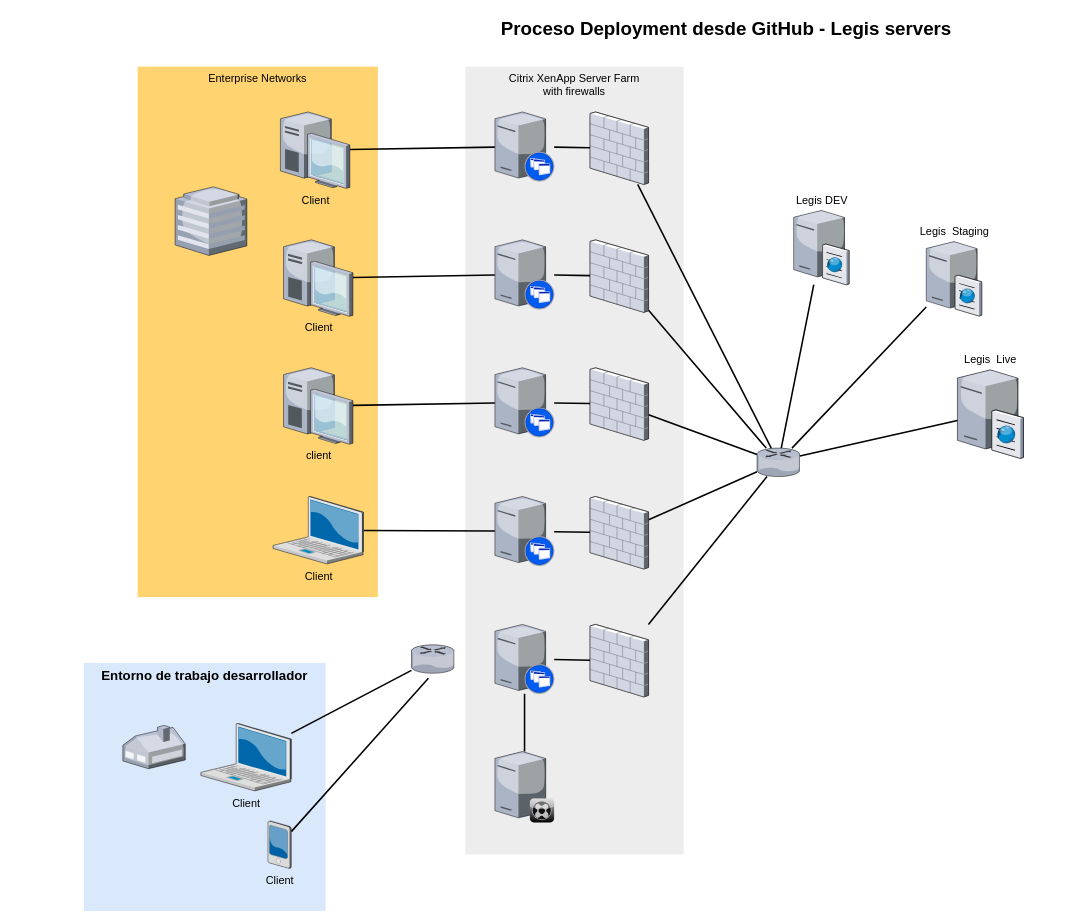
Earlier version of the draw.io diagram files/Untitled Diagram.drawio (danrod96/network-diagrams). Source tidied: cells renumbered, new cells numbered last; positions are measured from the earlier drawing's top-left corner, leaving out a move shared by most shapes. Both pictures are drawn from the tidied source at 78%, with x=0, y=0 at pixel (83, 13). Pictures stored in the file or linked from it are replaced by grey dashed boxes.
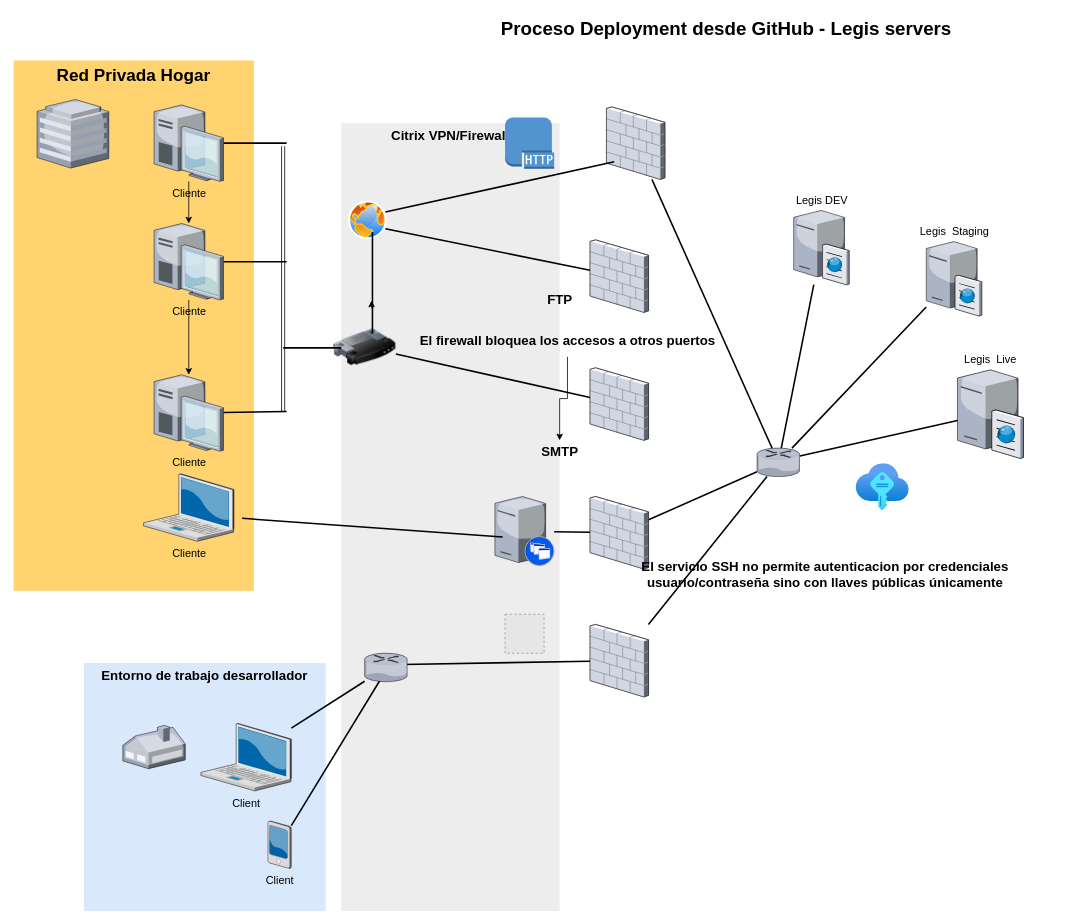
Above is the later version.

The change refers to these unchanged cells:
```xml
<mxCell id="16" value="Client" style="verticalLabelPosition=bottom;html=1;verticalAlign=top;strokeColor=none;shape=mxgraph.citrix.pda;fillColor=#66B2FF;gradientColor=#0066CC;fontSize=14;" parent="1" vertex="1">
  <mxGeometry x="236" y="1035" width="30" height="61" as="geometry" />
</mxCell>
<mxCell id="20" style="verticalLabelPosition=bottom;html=1;verticalAlign=top;strokeColor=none;shape=mxgraph.citrix.xenapp_server;fillColor=#66B2FF;gradientColor=#0066CC;fontSize=14;" parent="1" vertex="1">
  <mxGeometry x="527" y="619" width="76" height="89" as="geometry" />
</mxCell>
<mxCell id="29" style="verticalLabelPosition=bottom;html=1;verticalAlign=top;strokeColor=none;shape=mxgraph.citrix.router;fillColor=#66B2FF;gradientColor=#0066CC;fontSize=14;" parent="1" vertex="1">
  <mxGeometry x="863" y="557" width="55" height="36.5" as="geometry" />
</mxCell>
<mxCell id="36" style="verticalLabelPosition=bottom;html=1;verticalAlign=top;strokeColor=none;shape=mxgraph.citrix.firewall;fillColor=#66B2FF;gradientColor=#0066CC;fontSize=14;" parent="1" vertex="1">
  <mxGeometry x="649" y="290" width="75" height="93" as="geometry" />
</mxCell>
<mxCell id="38" style="verticalLabelPosition=bottom;html=1;verticalAlign=top;strokeColor=none;shape=mxgraph.citrix.firewall;fillColor=#66B2FF;gradientColor=#0066CC;fontSize=14;" parent="1" vertex="1">
  <mxGeometry x="649" y="454" width="75" height="93" as="geometry" />
</mxCell>
<mxCell id="42" style="verticalLabelPosition=bottom;html=1;verticalAlign=top;strokeColor=none;shape=mxgraph.citrix.firewall;fillColor=#66B2FF;gradientColor=#0066CC;fontSize=14;" parent="1" vertex="1">
  <mxGeometry x="649" y="783" width="75" height="93" as="geometry" />
</mxCell>
```

Change to the diagram source:
```diff
@@
-    <mxCell id="2" value="Citrix XenApp Server Farm&lt;div&gt;with firewalls&lt;/div&gt;" style="whiteSpace=wrap;html=1;fillColor=#EDEDED;fontSize=14;strokeColor=none;verticalAlign=top;" parent="1" vertex="1">
-      <mxGeometry x="489" y="68" width="280" height="1010" as="geometry" />
+    <mxCell id="2" value="&lt;b&gt;&lt;font style=&quot;font-size: 17px;&quot;&gt;Citrix VPN/Firewall&lt;/font&gt;&lt;/b&gt;" style="whiteSpace=wrap;html=1;fillColor=#EDEDED;fontSize=14;strokeColor=none;verticalAlign=top;" parent="1" vertex="1">
+      <mxGeometry x="330" y="140.5" width="280" height="1010" as="geometry" />
     </mxCell>
@@
-    <mxCell id="4" value="Enterprise Networks" style="whiteSpace=wrap;html=1;fillColor=#FFD470;gradientColor=none;fontSize=14;strokeColor=none;verticalAlign=top;" parent="1" vertex="1">
-      <mxGeometry x="69" y="68" width="308" height="680" as="geometry" />
+    <mxCell id="4" value="&lt;span style=&quot;font-size: 22px;&quot;&gt;&lt;b&gt;Red Privada Hogar&lt;/b&gt;&lt;/span&gt;" style="whiteSpace=wrap;html=1;fillColor=#FFD470;gradientColor=none;fontSize=14;strokeColor=none;verticalAlign=top;" parent="1" vertex="1">
+      <mxGeometry x="-90" y="60" width="308" height="680" as="geometry" />
     </mxCell>
@@
-    <mxCell id="7" style="edgeStyle=none;rounded=0;html=1;startSize=10;endSize=10;jettySize=auto;fontSize=14;endArrow=none;endFill=0;strokeWidth=2;" parent="1" edge="1" source="8" target="20">
-      <mxGeometry relative="1" as="geometry" />
-    </mxCell>
-    <mxCell id="8" value="Client" style="verticalLabelPosition=bottom;html=1;verticalAlign=top;strokeColor=none;shape=mxgraph.citrix.laptop_2;fillColor=#66B2FF;gradientColor=#0066CC;fontSize=14;" parent="1" vertex="1">
-      <mxGeometry x="242.5" y="619" width="116" height="86.5" as="geometry" />
+    <mxCell id="8" value="Cliente" style="verticalLabelPosition=bottom;html=1;verticalAlign=top;strokeColor=none;shape=mxgraph.citrix.laptop_2;fillColor=#66B2FF;gradientColor=#0066CC;fontSize=14;" parent="1" vertex="1">
+      <mxGeometry x="76.5" y="590" width="116" height="86.5" as="geometry" />
     </mxCell>
-    <mxCell id="9" style="edgeStyle=none;rounded=0;html=1;startSize=10;endSize=10;jettySize=auto;fontSize=14;endArrow=none;endFill=0;strokeWidth=2;" parent="1" edge="1" source="10" target="22">
-      <mxGeometry relative="1" as="geometry" />
+    <mxCell id="9" style="edgeStyle=none;rounded=0;html=1;startSize=10;endSize=10;jettySize=auto;fontSize=14;endArrow=none;endFill=0;strokeWidth=2;" parent="1" edge="1" source="10">
+      <mxGeometry relative="1" as="geometry">
+        <mxPoint x="260" y="510" as="targetPoint" />
+      </mxGeometry>
     </mxCell>
-    <mxCell id="10" value="client" style="verticalLabelPosition=bottom;html=1;verticalAlign=top;strokeColor=none;shape=mxgraph.citrix.desktop;fillColor=#66B2FF;gradientColor=#0066CC;fontSize=14;" parent="1" vertex="1">
-      <mxGeometry x="256" y="454" width="89" height="98" as="geometry" />
+    <mxCell id="10" value="Cliente" style="verticalLabelPosition=bottom;html=1;verticalAlign=top;strokeColor=none;shape=mxgraph.citrix.desktop;fillColor=#66B2FF;gradientColor=#0066CC;fontSize=14;" parent="1" vertex="1">
+      <mxGeometry x="90" y="463" width="89" height="98" as="geometry" />
     </mxCell>
-    <mxCell id="11" style="edgeStyle=none;rounded=0;html=1;startSize=10;endSize=10;jettySize=auto;fontSize=14;endArrow=none;endFill=0;strokeWidth=2;" parent="1" edge="1" source="12" target="24">
-      <mxGeometry relative="1" as="geometry" />
+    <mxCell id="11" style="edgeStyle=none;rounded=0;html=1;startSize=10;endSize=10;jettySize=auto;fontSize=14;endArrow=none;endFill=0;strokeWidth=2;" parent="1" edge="1" source="12">
+      <mxGeometry relative="1" as="geometry">
+        <mxPoint x="260" y="318" as="targetPoint" />
+      </mxGeometry>
     </mxCell>
+    <mxCell id="50" style="edgeStyle=orthogonalEdgeStyle;rounded=0;jettySize=auto;html=1;fontSize=22;" parent="1" edge="1" source="12" target="10">
+      <mxGeometry relative="1" as="geometry" />
+    </mxCell>
-    <mxCell id="12" value="Client" style="verticalLabelPosition=bottom;html=1;verticalAlign=top;strokeColor=none;shape=mxgraph.citrix.desktop;fillColor=#66B2FF;gradientColor=#0066CC;fontSize=14;" parent="1" vertex="1">
-      <mxGeometry x="256" y="290" width="89" height="98" as="geometry" />
+    <mxCell id="12" value="Cliente" style="verticalLabelPosition=bottom;html=1;verticalAlign=top;strokeColor=none;shape=mxgraph.citrix.desktop;fillColor=#66B2FF;gradientColor=#0066CC;fontSize=14;" parent="1" vertex="1">
+      <mxGeometry x="90" y="269" width="89" height="98" as="geometry" />
     </mxCell>
-    <mxCell id="13" style="edgeStyle=none;rounded=0;html=1;startSize=10;endSize=10;jettySize=auto;fontSize=14;endArrow=none;endFill=0;strokeWidth=2;" parent="1" edge="1" source="14" target="26">
-      <mxGeometry relative="1" as="geometry" />
+    <mxCell id="13" style="edgeStyle=none;rounded=0;html=1;startSize=10;endSize=10;jettySize=auto;fontSize=14;endArrow=none;endFill=0;strokeWidth=2;" parent="1" edge="1" source="14">
+      <mxGeometry relative="1" as="geometry">
+        <mxPoint x="260" y="166" as="targetPoint" />
+      </mxGeometry>
     </mxCell>
+    <mxCell id="51" style="edgeStyle=orthogonalEdgeStyle;rounded=0;jettySize=auto;html=1;fontSize=22;" parent="1" edge="1" source="14" target="12">
+      <mxGeometry relative="1" as="geometry" />
+    </mxCell>
-    <mxCell id="14" value="Client" style="verticalLabelPosition=bottom;html=1;verticalAlign=top;strokeColor=none;shape=mxgraph.citrix.desktop;fillColor=#66B2FF;gradientColor=#0066CC;fontSize=14;" parent="1" vertex="1">
-      <mxGeometry x="252" y="126" width="89" height="98" as="geometry" />
+    <mxCell id="14" value="Cliente" style="verticalLabelPosition=bottom;html=1;verticalAlign=top;strokeColor=none;shape=mxgraph.citrix.desktop;fillColor=#66B2FF;gradientColor=#0066CC;fontSize=14;" parent="1" vertex="1">
+      <mxGeometry x="90" y="117" width="89" height="98" as="geometry" />
     </mxCell>
-    <mxCell id="15" style="edgeStyle=none;rounded=0;html=1;startSize=10;endSize=10;jettySize=auto;fontSize=14;endArrow=none;endFill=0;strokeWidth=2;entryX=0.395;entryY=1.174;entryDx=0;entryDy=0;entryPerimeter=0;" parent="1" edge="1" source="16" target="47">
+    <mxCell id="15" style="edgeStyle=none;rounded=0;html=1;startSize=10;endSize=10;jettySize=auto;fontSize=14;endArrow=none;endFill=0;strokeWidth=2;entryX=0.447;entryY=0.729;entryDx=0;entryDy=0;entryPerimeter=0;" parent="1" edge="1" source="16" target="47">
       <mxGeometry relative="1" as="geometry" />
     </mxCell>
@@
-    <mxCell id="17" style="edgeStyle=none;rounded=0;html=1;startSize=10;endSize=10;jettySize=auto;fontSize=14;endArrow=none;endFill=0;strokeWidth=2;" parent="1" edge="1" source="18" target="42">
+    <mxCell id="17" style="edgeStyle=none;rounded=0;html=1;startSize=10;endSize=10;jettySize=auto;fontSize=14;endArrow=none;endFill=0;strokeWidth=2;exitX=0.888;exitY=0.395;exitDx=0;exitDy=0;exitPerimeter=0;" parent="1" edge="1" source="47" target="42">
       <mxGeometry relative="1" as="geometry" />
     </mxCell>
-    <mxCell id="18" style="verticalLabelPosition=bottom;html=1;verticalAlign=top;strokeColor=none;shape=mxgraph.citrix.xenapp_server;fillColor=#66B2FF;gradientColor=#0066CC;fontSize=14;" parent="1" vertex="1">
-      <mxGeometry x="527" y="783" width="76" height="89" as="geometry" />
-    </mxCell>
@@
-    <mxCell id="21" style="edgeStyle=none;rounded=0;html=1;startSize=10;endSize=10;jettySize=auto;fontSize=14;endArrow=none;endFill=0;strokeWidth=2;" parent="1" edge="1" source="22" target="38">
+    <mxCell id="21" style="edgeStyle=none;rounded=0;html=1;startSize=10;endSize=10;jettySize=auto;fontSize=14;endArrow=none;endFill=0;strokeWidth=2;" parent="1" edge="1" source="53" target="38">
       <mxGeometry relative="1" as="geometry" />
     </mxCell>
-    <mxCell id="22" style="verticalLabelPosition=bottom;html=1;verticalAlign=top;strokeColor=none;shape=mxgraph.citrix.xenapp_server;fillColor=#66B2FF;gradientColor=#0066CC;fontSize=14;" parent="1" vertex="1">
-      <mxGeometry x="527" y="454" width="76" height="89" as="geometry" />
-    </mxCell>
-    <mxCell id="23" style="edgeStyle=none;rounded=0;html=1;startSize=10;endSize=10;jettySize=auto;fontSize=14;endArrow=none;endFill=0;strokeWidth=2;" parent="1" edge="1" source="24" target="36">
+    <mxCell id="23" style="edgeStyle=none;rounded=0;html=1;startSize=10;endSize=10;jettySize=auto;fontSize=14;endArrow=none;endFill=0;strokeWidth=2;exitX=1;exitY=0.75;exitDx=0;exitDy=0;" parent="1" edge="1" source="52" target="36">
       <mxGeometry relative="1" as="geometry" />
     </mxCell>
-    <mxCell id="24" style="verticalLabelPosition=bottom;html=1;verticalAlign=top;strokeColor=none;shape=mxgraph.citrix.xenapp_server;fillColor=#66B2FF;gradientColor=#0066CC;fontSize=14;" parent="1" vertex="1">
-      <mxGeometry x="527" y="290" width="76" height="89" as="geometry" />
-    </mxCell>
-    <mxCell id="25" style="edgeStyle=none;rounded=0;html=1;startSize=10;endSize=10;jettySize=auto;fontSize=14;endArrow=none;endFill=0;strokeWidth=2;" parent="1" edge="1" source="26" target="34">
-      <mxGeometry relative="1" as="geometry" />
-    </mxCell>
-    <mxCell id="26" style="verticalLabelPosition=bottom;html=1;verticalAlign=top;strokeColor=none;shape=mxgraph.citrix.xenapp_server;fillColor=#66B2FF;gradientColor=#0066CC;fontSize=14;" parent="1" vertex="1">
-      <mxGeometry x="527" y="126" width="76" height="89" as="geometry" />
-    </mxCell>
@@
-    <mxCell id="30" style="edgeStyle=none;rounded=0;html=1;startSize=10;endSize=10;jettySize=auto;fontSize=14;endArrow=none;endFill=0;strokeWidth=2;" parent="1" edge="1" source="31" target="18">
-      <mxGeometry relative="1" as="geometry" />
-    </mxCell>
-    <mxCell id="31" style="verticalLabelPosition=bottom;html=1;verticalAlign=top;strokeColor=none;shape=mxgraph.citrix.xenclient_synchronizer;fillColor=#CCCCCC;gradientColor=#000000;gradientDirection=south;fontSize=14;" parent="1" vertex="1">
-      <mxGeometry x="527" y="946" width="76" height="91" as="geometry" />
-    </mxCell>
@@
     <mxCell id="34" style="verticalLabelPosition=bottom;html=1;verticalAlign=top;strokeColor=none;shape=mxgraph.citrix.firewall;fillColor=#66B2FF;gradientColor=#0066CC;fontSize=14;" parent="1" vertex="1">
-      <mxGeometry x="649" y="126" width="75" height="93" as="geometry" />
+      <mxGeometry x="670" y="119.5" width="75" height="93" as="geometry" />
     </mxCell>
-    <mxCell id="35" style="edgeStyle=none;rounded=0;html=1;startSize=10;endSize=10;jettySize=auto;fontSize=14;endArrow=none;endFill=0;strokeWidth=2;" parent="1" edge="1" source="36" target="29">
-      <mxGeometry relative="1" as="geometry" />
-    </mxCell>
@@
-    <mxCell id="37" style="edgeStyle=none;rounded=0;html=1;startSize=10;endSize=10;jettySize=auto;fontSize=14;endArrow=none;endFill=0;strokeWidth=2;" parent="1" edge="1" source="38" target="29">
-      <mxGeometry relative="1" as="geometry" />
-    </mxCell>
@@
     <mxCell id="44" style="verticalLabelPosition=bottom;html=1;verticalAlign=top;strokeColor=none;shape=mxgraph.citrix.hq_enterprise;fillColor=#66B2FF;gradientColor=#0066CC;fontSize=14;" parent="1" vertex="1">
-      <mxGeometry x="117" y="222" width="92" height="88" as="geometry" />
+      <mxGeometry x="-60" y="110" width="92" height="88" as="geometry" />
     </mxCell>
@@
     <mxCell id="47" style="verticalLabelPosition=bottom;html=1;verticalAlign=top;strokeColor=none;shape=mxgraph.citrix.router;fillColor=#66B2FF;gradientColor=#0066CC;fontSize=14;" parent="1" vertex="1">
-      <mxGeometry x="420" y="809.2" width="55" height="36.5" as="geometry" />
+      <mxGeometry x="360" y="820" width="55" height="36.5" as="geometry" />
     </mxCell>
@@
+    <mxCell id="52" style="perimeter=ellipsePerimeter;html=1;align=center;shadow=0;dashed=0;spacingTop=3;image;image=img/lib/active_directory/internet_globe.svg;fontSize=22;" parent="1" vertex="1">
+      <mxGeometry x="339" y="240" width="50" height="50" as="geometry" />
+    </mxCell>
+    <mxCell id="53" style="image;html=1;image=img/lib/clip_art/networking/Router_128x128.png;fontSize=22;" parent="1" vertex="1">
+      <mxGeometry x="320" y="387.5" width="80" height="80" as="geometry" />
+    </mxCell>
+    <mxCell id="54" style="shape=link;html=1;rounded=0;fontSize=22;" parent="1" edge="1">
+      <mxGeometry relative="1" as="geometry">
+        <mxPoint x="255.5" y="510" as="sourcePoint" />
+        <mxPoint x="255.5" y="170" as="targetPoint" />
+      </mxGeometry>
+    </mxCell>
+    <mxCell id="55" style="line;strokeWidth=2;html=1;fontSize=22;" parent="1" vertex="1">
+      <mxGeometry x="255.5" y="263.5" width="74.5" height="330" as="geometry" />
+    </mxCell>
+    <mxCell id="56" style="line;strokeWidth=2;direction=south;html=1;fontSize=22;" parent="1" vertex="1">
+      <mxGeometry x="360" y="280" width="20" height="130" as="geometry" />
+    </mxCell>
+    <mxCell id="57" style="edgeStyle=orthogonalEdgeStyle;rounded=0;orthogonalLoop=1;jettySize=auto;html=1;exitX=0.75;exitY=0.5;exitDx=0;exitDy=0;exitPerimeter=0;entryX=0.677;entryY=0.557;entryDx=0;entryDy=0;entryPerimeter=0;fontSize=22;" parent="1" edge="1" source="56" target="56">
+      <mxGeometry relative="1" as="geometry" />
+    </mxCell>
+    <mxCell id="58" style="dashed=0;verticalLabelPosition=bottom;verticalAlign=top;align=center;html=1;shape=mxgraph.aws3.http_protocol;fillColor=#5294CF;gradientColor=none;fontSize=17;" parent="1" vertex="1">
+      <mxGeometry x="540" y="133" width="63" height="66" as="geometry" />
+    </mxCell>
+    <mxCell id="59" style="edgeStyle=none;rounded=0;html=1;startSize=10;endSize=10;jettySize=auto;orthogonalLoop=1;fontSize=14;endArrow=none;endFill=0;strokeWidth=2;" parent="1" edge="1">
+      <mxGeometry relative="1" as="geometry">
+        <mxPoint x="203" y="647" as="sourcePoint" />
+        <mxPoint x="537" y="671" as="targetPoint" />
+      </mxGeometry>
+    </mxCell>
+    <mxCell id="60" style="edgeStyle=none;rounded=0;html=1;startSize=10;endSize=10;jettySize=auto;fontSize=14;endArrow=none;endFill=0;strokeWidth=2;exitX=1;exitY=0.25;exitDx=0;exitDy=0;" parent="1" edge="1" source="52">
+      <mxGeometry relative="1" as="geometry">
+        <mxPoint x="680" y="190" as="targetPoint" />
+      </mxGeometry>
+    </mxCell>
+    <mxCell id="61" style="html=1;align=center;image;fontSize=12;image=img/lib/azure2/other/SSH_Keys.svg;" parent="1" vertex="1">
+      <mxGeometry x="990" y="577" width="68" height="60" as="geometry" />
+    </mxCell>
+    <mxCell id="62" style="fillColor=#E6E6E6;strokeColor=#999999;dashed=1;html=1;verticalAlign=top;verticalLabelPosition=bottom;labelBackgroundColor=#ffffff;fontSize=17;" parent="1" vertex="1">
+      <mxGeometry x="540" y="770" width="50" height="50" as="geometry" />
+    </mxCell>
+    <mxCell id="63" value="FTP" style="text;strokeColor=none;fillColor=none;html=1;fontSize=17;fontStyle=1;verticalAlign=middle;align=center;" parent="1" vertex="1">
+      <mxGeometry x="560" y="347.5" width="100" height="40" as="geometry" />
+    </mxCell>
+    <mxCell id="64" value="SMTP" style="text;strokeColor=none;fillColor=none;html=1;fontSize=17;fontStyle=1;verticalAlign=middle;align=center;" parent="1" vertex="1">
+      <mxGeometry x="560" y="547" width="100" height="30" as="geometry" />
+    </mxCell>
+    <mxCell id="65" style="edgeStyle=orthogonalEdgeStyle;rounded=0;jettySize=auto;html=1;fontSize=17;" parent="1" edge="1" source="66" target="64">
+      <mxGeometry relative="1" as="geometry" />
+    </mxCell>
+    <mxCell id="66" value="El firewall bloquea los accesos a otros puertos" style="text;strokeColor=none;fillColor=none;html=1;fontSize=17;fontStyle=1;verticalAlign=middle;align=center;" parent="1" vertex="1">
+      <mxGeometry x="570" y="400" width="100" height="40" as="geometry" />
+    </mxCell>
+    <mxCell id="67" value="El servicio SSH no permite autenticacion por credenciales&lt;br&gt;usuario/contraseña sino con llaves públicas únicamente" style="text;strokeColor=none;fillColor=none;html=1;fontSize=17;fontStyle=1;verticalAlign=middle;align=center;" parent="1" vertex="1">
+      <mxGeometry x="900" y="700" width="100" height="40" as="geometry" />
+    </mxCell>
```
